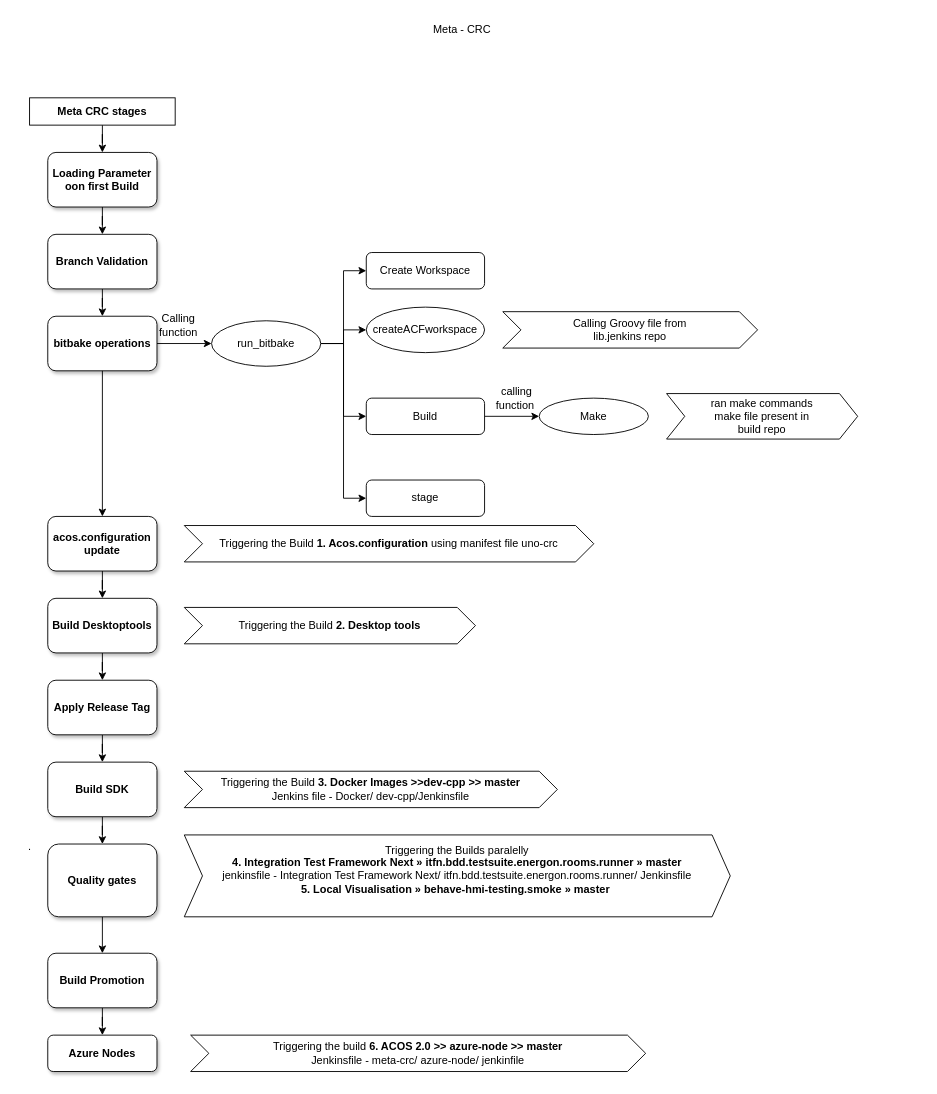
Before: Notes/Untitled Diagram.drawio in sreelakshmilingamgunta/AZ-104, a draw.io diagram. Source tidied: cells renumbered, new cells numbered last; positions are measured from the earlier drawing's top-left corner, leaving out a move shared by most shapes. Both pictures are drawn from the tidied source at 91%, with x=0, y=0 at pixel (15, 15).
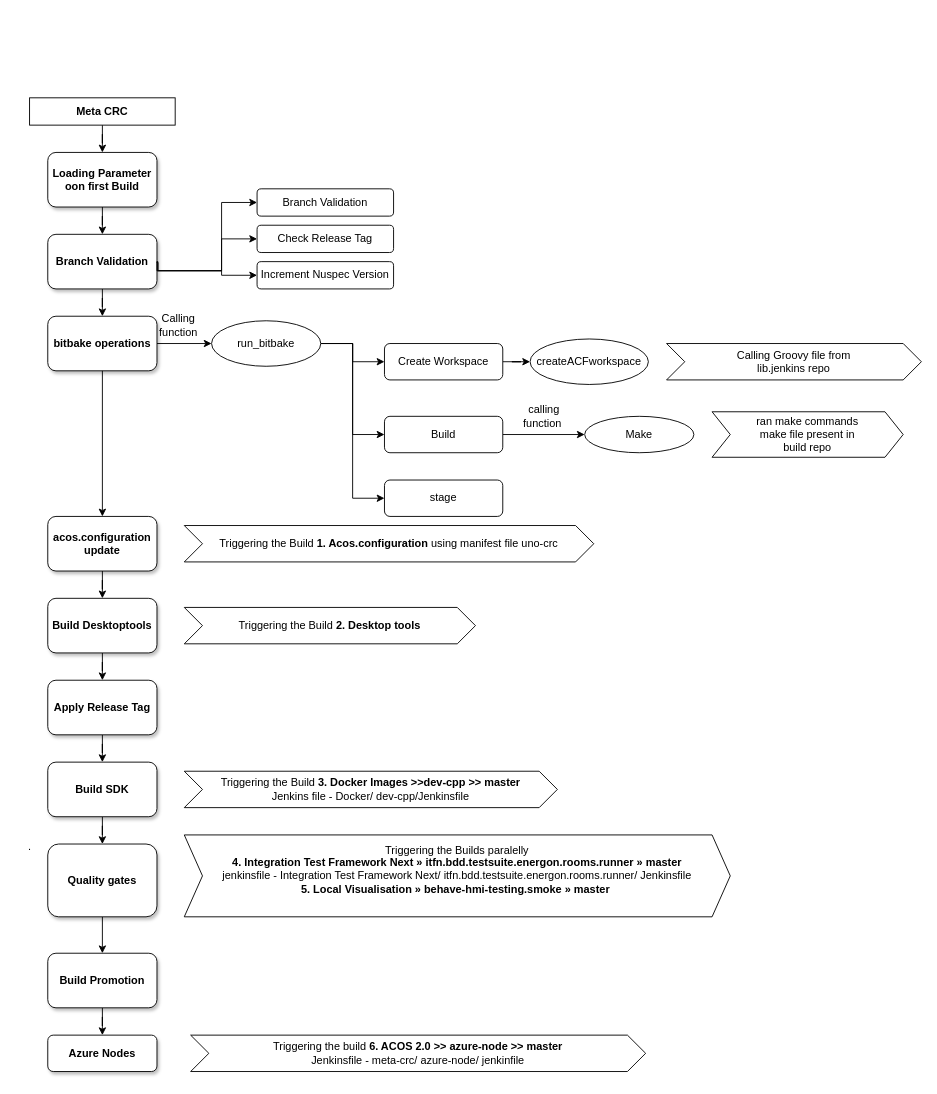
The same page after the edit.

Unchanged cells that the change refers to:
```xml
<mxCell id="12" value="run_bitbake" style="ellipse;whiteSpace=wrap;html=1;" parent="1" vertex="1">
  <mxGeometry x="215" y="335" width="120" height="50" as="geometry" />
</mxCell>
```

Change to the diagram source:
```diff
@@
-    <mxCell id="8" style="edgeStyle=orthogonalEdgeStyle;rounded=0;jettySize=auto;html=1;exitX=1;exitY=0.5;exitDx=0;exitDy=0;entryX=0;entryY=0.5;entryDx=0;entryDy=0;" parent="1" edge="1" source="12" target="17">
-      <mxGeometry relative="1" as="geometry" />
-    </mxCell>
@@
+    <mxCell id="46" style="edgeStyle=orthogonalEdgeStyle;rounded=0;jettySize=auto;html=1;" parent="1" edge="1" source="14" target="17">
+      <mxGeometry relative="1" as="geometry" />
+    </mxCell>
     <mxCell id="14" value="Create Workspace" style="rounded=1;whiteSpace=wrap;html=1;" parent="1" vertex="1">
-      <mxGeometry x="385" y="260" width="130" height="40" as="geometry" />
+      <mxGeometry x="405" y="360" width="130" height="40" as="geometry" />
     </mxCell>
@@
     <mxCell id="16" value="Build" style="rounded=1;whiteSpace=wrap;html=1;" parent="1" vertex="1">
-      <mxGeometry x="385" y="420" width="130" height="40" as="geometry" />
+      <mxGeometry x="405" y="440" width="130" height="40" as="geometry" />
     </mxCell>
     <mxCell id="17" value="createACFworkspace" style="ellipse;whiteSpace=wrap;html=1;fontStyle=0;" parent="1" vertex="1">
-      <mxGeometry x="385" y="320" width="130" height="50" as="geometry" />
+      <mxGeometry x="565" y="355" width="130" height="50" as="geometry" />
     </mxCell>
     <mxCell id="18" value="Calling Groovy file from &lt;br/&gt;lib.jenkins repo&lt;div style=&quot;display:none&quot; id=&quot;SDCloudData&quot;&gt;&lt;/div&gt;" style="shape=step;perimeter=stepPerimeter;whiteSpace=wrap;html=1;fixedSize=1;" parent="1" vertex="1">
-      <mxGeometry x="535" y="325" width="280" height="40" as="geometry" />
+      <mxGeometry x="715" y="360" width="280" height="40" as="geometry" />
     </mxCell>
     <mxCell id="19" value="stage" style="rounded=1;whiteSpace=wrap;html=1;" parent="1" vertex="1">
-      <mxGeometry x="385" y="510" width="130" height="40" as="geometry" />
+      <mxGeometry x="405" y="510" width="130" height="40" as="geometry" />
     </mxCell>
     <mxCell id="20" value="Make" style="ellipse;whiteSpace=wrap;html=1;" parent="1" vertex="1">
-      <mxGeometry x="575" y="420" width="120" height="40" as="geometry" />
+      <mxGeometry x="625" y="440" width="120" height="40" as="geometry" />
     </mxCell>
     <mxCell id="21" value="calling&lt;br&gt;function&amp;nbsp;" style="text;html=1;align=center;verticalAlign=middle;strokeColor=none;fillColor=none;" parent="1" vertex="1">
-      <mxGeometry x="515" y="400" width="70" height="40" as="geometry" />
+      <mxGeometry x="545" y="420" width="70" height="40" as="geometry" />
     </mxCell>
     <mxCell id="22" value="ran make commands &lt;br/&gt;make file present in &lt;br/&gt;build repo&lt;div style=&quot;display:none&quot; id=&quot;SDCloudData&quot;&gt;&lt;/div&gt;" style="shape=step;perimeter=stepPerimeter;whiteSpace=wrap;html=1;fixedSize=1;" parent="1" vertex="1">
-      <mxGeometry x="715" y="415" width="210" height="50" as="geometry" />
+      <mxGeometry x="765" y="435" width="210" height="50" as="geometry" />
     </mxCell>
@@
-    <mxCell id="40" value="Meta - CRC" style="text;html=1;align=center;verticalAlign=middle;strokeColor=none;fillColor=none;" parent="1" vertex="1">
-      <mxGeometry x="445" width="90" height="30" as="geometry" />
-    </mxCell>
@@
-    <mxCell id="42" value="&lt;b&gt;Meta CRC stages&lt;/b&gt;" style="whiteSpace=wrap;html=1;" parent="1" vertex="1">
+    <mxCell id="42" value="&lt;b&gt;Meta CRC&lt;/b&gt;" style="whiteSpace=wrap;html=1;" parent="1" vertex="1">
       <mxGeometry x="15" y="90" width="160" height="30" as="geometry" />
     </mxCell>
@@
+    <mxCell id="47" value="Branch Validation" style="rounded=1;whiteSpace=wrap;html=1;" parent="1" vertex="1">
+      <mxGeometry x="265" y="190" width="150" height="30" as="geometry" />
+    </mxCell>
+    <mxCell id="48" value="Check Release Tag" style="rounded=1;whiteSpace=wrap;html=1;" parent="1" vertex="1">
+      <mxGeometry x="265" y="230" width="150" height="30" as="geometry" />
+    </mxCell>
+    <mxCell id="49" value="Increment Nuspec Version" style="rounded=1;whiteSpace=wrap;html=1;" parent="1" vertex="1">
+      <mxGeometry x="265" y="270" width="150" height="30" as="geometry" />
+    </mxCell>
+    <mxCell id="50" style="edgeStyle=orthogonalEdgeStyle;rounded=0;jettySize=auto;html=1;exitX=1;exitY=0.5;exitDx=0;exitDy=0;entryX=0;entryY=0.5;entryDx=0;entryDy=0;" parent="1" edge="1" target="47">
+      <mxGeometry relative="1" as="geometry">
+        <mxPoint x="155" y="270" as="sourcePoint" />
+        <Array as="points">
+          <mxPoint x="155" y="271" />
+          <mxPoint x="156" y="271" />
+          <mxPoint x="156" y="280" />
+          <mxPoint x="226" y="280" />
+          <mxPoint x="226" y="205" />
+        </Array>
+      </mxGeometry>
+    </mxCell>
+    <mxCell id="51" style="edgeStyle=orthogonalEdgeStyle;rounded=0;orthogonalLoop=1;jettySize=auto;html=1;entryX=0;entryY=0.5;entryDx=0;entryDy=0;" parent="1" edge="1">
+      <mxGeometry relative="1" as="geometry">
+        <mxPoint x="155" y="280" as="sourcePoint" />
+        <mxPoint x="265" y="245" as="targetPoint" />
+        <Array as="points">
+          <mxPoint x="155" y="280" />
+          <mxPoint x="226" y="280" />
+          <mxPoint x="226" y="245" />
+        </Array>
+      </mxGeometry>
+    </mxCell>
+    <mxCell id="52" style="edgeStyle=orthogonalEdgeStyle;rounded=0;orthogonalLoop=1;jettySize=auto;html=1;entryX=0;entryY=0.5;entryDx=0;entryDy=0;" parent="1" edge="1">
+      <mxGeometry relative="1" as="geometry">
+        <mxPoint x="156" y="280" as="sourcePoint" />
+        <mxPoint x="265" y="285" as="targetPoint" />
+        <Array as="points">
+          <mxPoint x="155" y="270" />
+          <mxPoint x="156" y="270" />
+          <mxPoint x="156" y="280" />
+          <mxPoint x="226" y="280" />
+          <mxPoint x="226" y="285" />
+        </Array>
+      </mxGeometry>
+    </mxCell>
```
